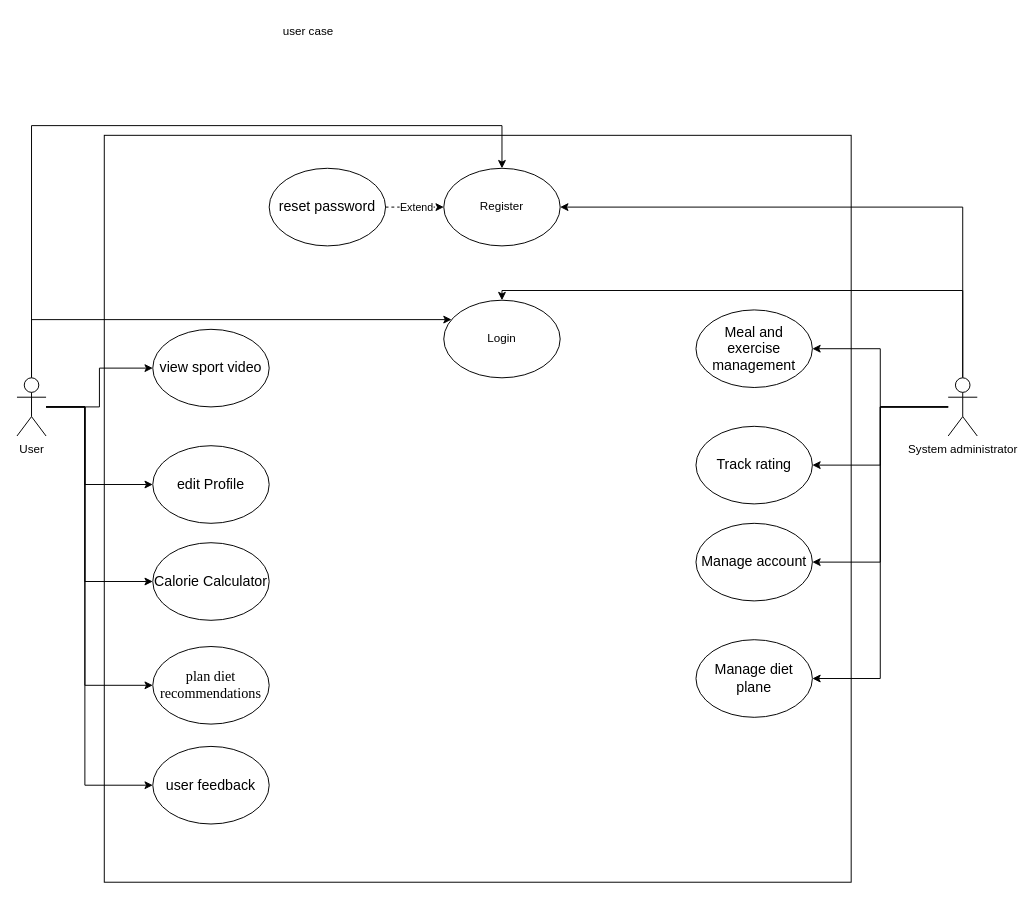
Above: logical database design.drawio in Ammar-Alesrawi/draw.io-design (draw.io), before the change. Source tidied: cells renumbered, new cells numbered last; positions are measured from the earlier drawing's top-left corner, leaving out a move shared by most shapes. Both pictures are drawn from the tidied source at 97%, with x=0, y=0 at pixel (16, 16).
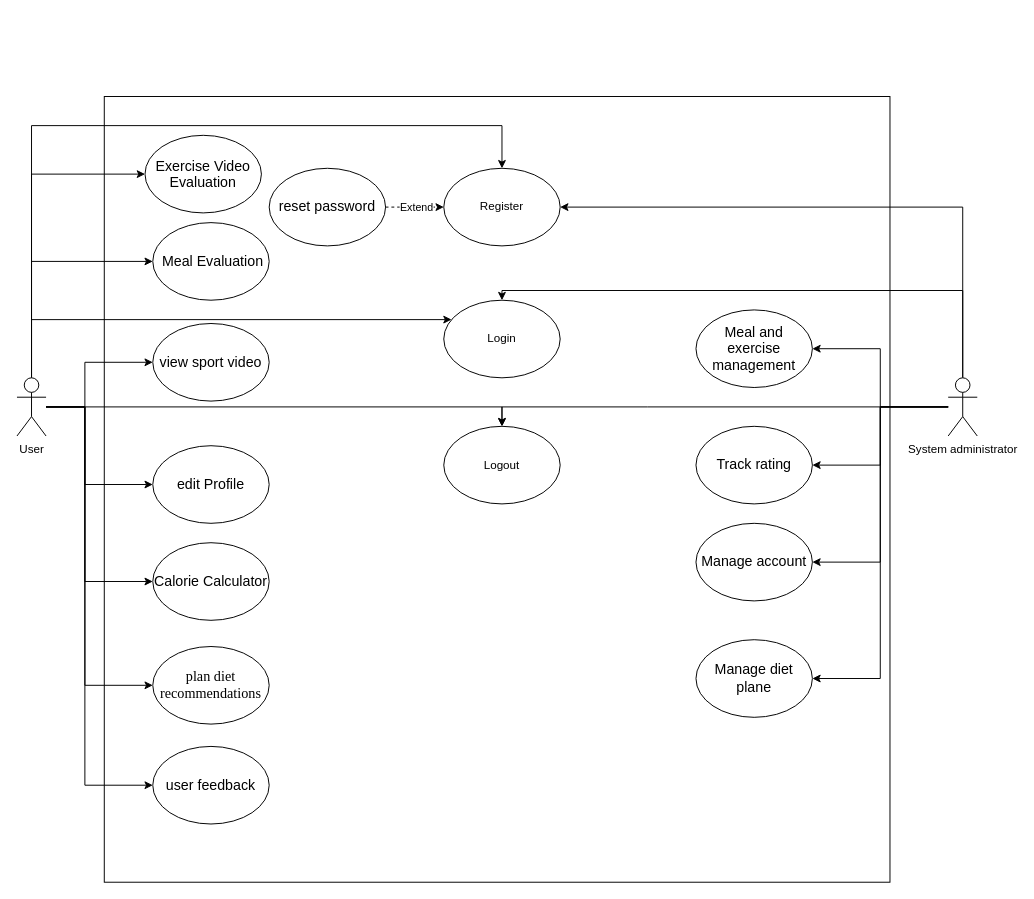
The same diagram, later.

Commit message:
use case

Unchanged cells that the change refers to:
```xml
<mxCell id="10" value="User" style="shape=umlActor;verticalLabelPosition=bottom;verticalAlign=top;html=1;outlineConnect=0;" parent="1" vertex="1">
  <mxGeometry y="372" width="30" height="60" as="geometry" />
</mxCell>
<mxCell id="17" value="System administrator" style="shape=umlActor;verticalLabelPosition=bottom;verticalAlign=top;html=1;outlineConnect=0;" parent="1" vertex="1">
  <mxGeometry x="960" y="372" width="30" height="60" as="geometry" />
</mxCell>
```

Change to the diagram source:
```diff
@@
-    <mxCell id="2" value="user case" style="text;html=1;align=center;verticalAlign=middle;strokeColor=none;fillColor=none;" parent="1" vertex="1">
-      <mxGeometry x="260" width="80" height="30" as="geometry" />
-    </mxCell>
@@
     <mxCell id="7" style="edgeStyle=orthogonalEdgeStyle;rounded=0;jettySize=auto;html=1;entryX=0;entryY=0.5;entryDx=0;entryDy=0;" parent="1" edge="1" source="10" target="32">
-      <mxGeometry relative="1" as="geometry" />
+      <mxGeometry relative="1" as="geometry">
+        <Array as="points">
+          <mxPoint x="70" y="402" />
+          <mxPoint x="70" y="356" />
+        </Array>
+      </mxGeometry>
     </mxCell>
@@
+    <mxCell id="33" style="edgeStyle=orthogonalEdgeStyle;rounded=0;jettySize=auto;html=1;entryX=0;entryY=0.5;entryDx=0;entryDy=0;" parent="1" edge="1" source="10" target="37">
+      <mxGeometry relative="1" as="geometry">
+        <Array as="points">
+          <mxPoint x="15" y="252" />
+        </Array>
+      </mxGeometry>
+    </mxCell>
+    <mxCell id="34" style="edgeStyle=orthogonalEdgeStyle;rounded=0;jettySize=auto;html=1;entryX=0;entryY=0.5;entryDx=0;entryDy=0;" parent="1" edge="1" source="10" target="38">
+      <mxGeometry relative="1" as="geometry">
+        <Array as="points">
+          <mxPoint x="15" y="162" />
+        </Array>
+      </mxGeometry>
+    </mxCell>
+    <mxCell id="35" style="edgeStyle=orthogonalEdgeStyle;rounded=0;jettySize=auto;html=1;" parent="1" edge="1" source="10" target="39">
+      <mxGeometry relative="1" as="geometry">
+        <Array as="points">
+          <mxPoint x="500" y="402" />
+        </Array>
+      </mxGeometry>
+    </mxCell>
@@
+    <mxCell id="36" style="edgeStyle=orthogonalEdgeStyle;rounded=0;jettySize=auto;html=1;" parent="1" edge="1" source="17" target="39">
+      <mxGeometry relative="1" as="geometry">
+        <Array as="points">
+          <mxPoint x="650" y="402" />
+          <mxPoint x="650" y="402" />
+        </Array>
+      </mxGeometry>
+    </mxCell>
@@
-    <mxCell id="18" style="whiteSpace=wrap;html=1;gradientColor=none;fillColor=none;" parent="1" vertex="1">
-      <mxGeometry x="90" y="122" width="770" height="770" as="geometry" />
+    <mxCell id="18" style="whiteSpace=wrap;html=1;fillColor=none;" parent="1" vertex="1">
+      <mxGeometry x="90" y="82" width="810" height="810" as="geometry" />
     </mxCell>
@@
     <mxCell id="32" value="&lt;span style=&quot;font-size: 14.6667px;&quot;&gt;view sport video&lt;/span&gt;" style="ellipse;whiteSpace=wrap;html=1;" parent="1" vertex="1">
-      <mxGeometry x="140" y="322" width="120" height="80" as="geometry" />
+      <mxGeometry x="140" y="316" width="120" height="80" as="geometry" />
     </mxCell>
+    <mxCell id="37" value="&lt;span style=&quot;font-size:11.0pt;line-height:115%;&lt;br/&gt;font-family:&amp;quot;Times New Roman&amp;quot;,serif;mso-fareast-font-family:Aptos;mso-fareast-theme-font:&lt;br/&gt;minor-latin;mso-bidi-font-family:Arial;mso-bidi-theme-font:minor-bidi;&lt;br/&gt;mso-font-kerning:0pt;mso-ansi-language:EN-US;mso-fareast-language:EN-US;&lt;br/&gt;mso-bidi-language:AR-SA&quot;&gt;&amp;nbsp;Meal Evaluation&lt;/span&gt;" style="ellipse;whiteSpace=wrap;html=1;" parent="1" vertex="1">
+      <mxGeometry x="140" y="212" width="120" height="80" as="geometry" />
+    </mxCell>
+    <mxCell id="38" value="&lt;span style=&quot;font-size:11.0pt;line-height:115%;&lt;br/&gt;font-family:&amp;quot;Times New Roman&amp;quot;,serif;mso-fareast-font-family:Aptos;mso-fareast-theme-font:&lt;br/&gt;minor-latin;mso-bidi-font-family:Arial;mso-bidi-theme-font:minor-bidi;&lt;br/&gt;mso-font-kerning:0pt;mso-ansi-language:EN-US;mso-fareast-language:EN-US;&lt;br/&gt;mso-bidi-language:AR-SA&quot;&gt;Exercise Video Evaluation&lt;/span&gt;" style="ellipse;whiteSpace=wrap;html=1;" parent="1" vertex="1">
+      <mxGeometry x="132" y="122" width="120" height="80" as="geometry" />
+    </mxCell>
+    <mxCell id="39" value="Logout" style="ellipse;whiteSpace=wrap;html=1;" parent="1" vertex="1">
+      <mxGeometry x="440" y="422" width="120" height="80" as="geometry" />
+    </mxCell>
```
